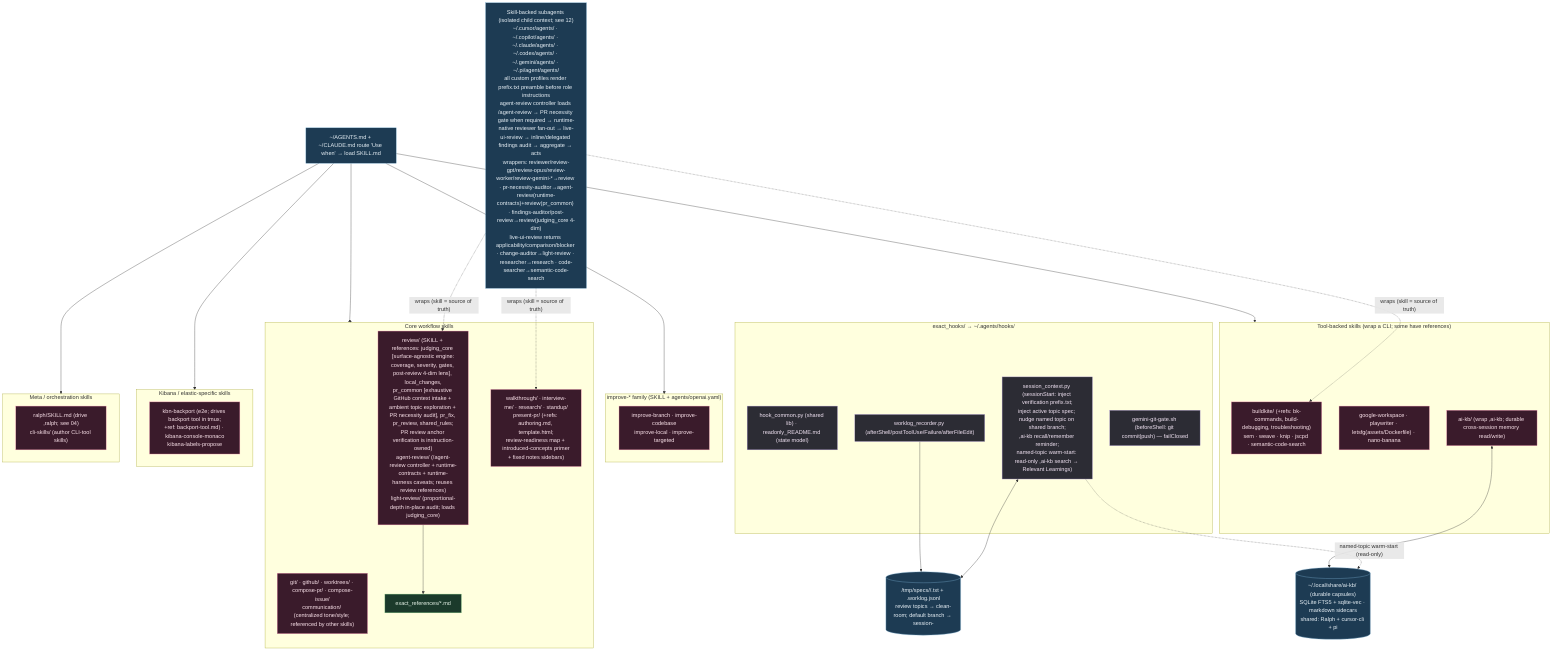
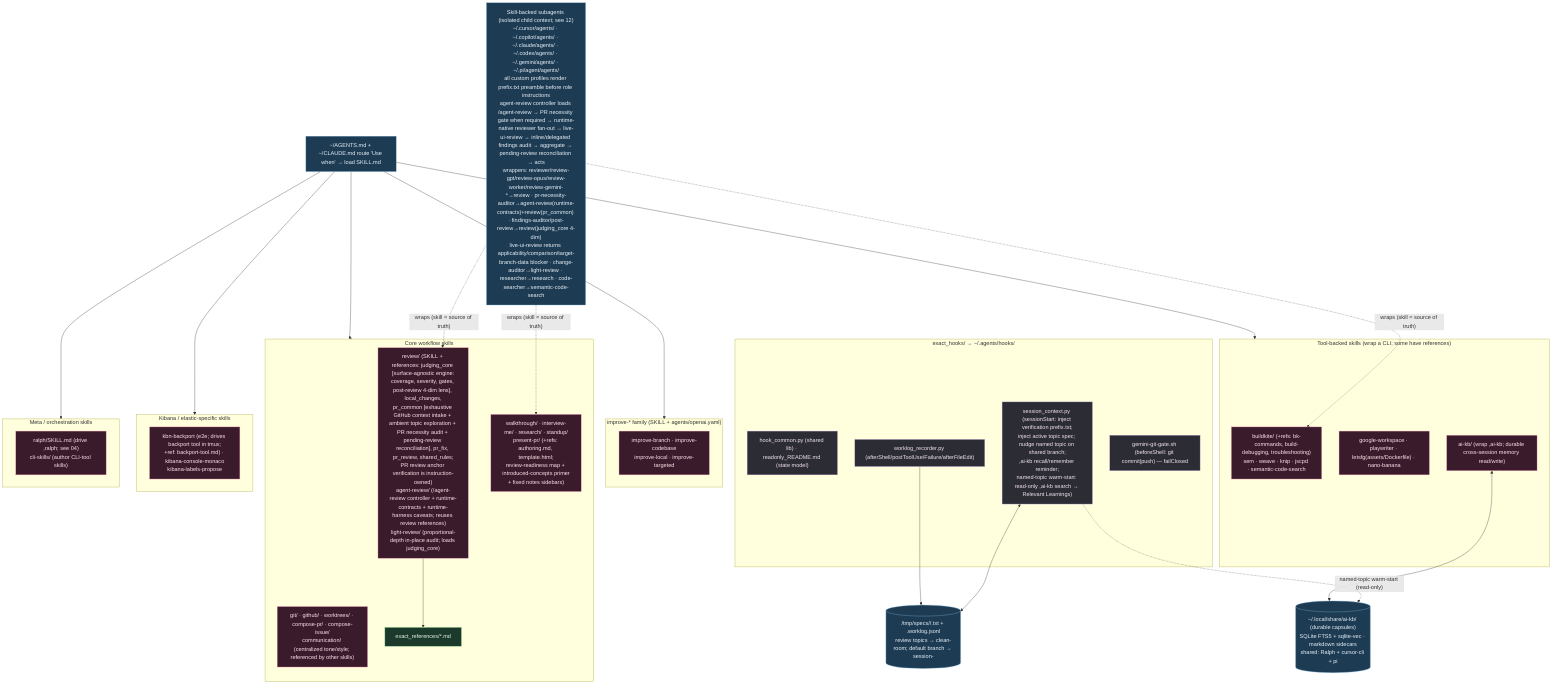
%% ============================================================================
%% 03b-agent-skills-hooks.mmd — Every file under home/exact_dot_agents/ (61).
%% Skills → ~/.agents/skills/ (intent-routed SKILL.md). Shared hooks → ~/.agents/hooks/.
%% ============================================================================
flowchart TB
    classDef skill fill:#3a1b2b,stroke:#f48fb1,color:#fce4ec;
    classDef hook fill:#2c2c34,stroke:#b39ddb,color:#f3e5f5;
    classDef ref fill:#1b3a2b,stroke:#81c784,color:#e8f5e9;
    classDef data fill:#1d3b53,stroke:#7fb3d5,color:#eaf2f8;

    subgraph HOOKS["exact_hooks/ → ~/.agents/hooks/"]
        HC["hook_common.py (shared lib) · readonly_README.md (state model)"]:::hook
        SCx["session_context.py (sessionStart: inject verification prefix.txt;<br/>inject active topic spec; nudge named topic on shared branch;<br/>,ai-kb recall/remember reminder;<br/>named-topic warm-start: read-only ,ai-kb search → Relevant Learnings)"]:::hook
        WLx["worklog_recorder.py (afterShell/postToolUse/Failure/afterFileEdit)"]:::hook
        GG["gemini-git-gate.sh (beforeShell: git commit|push) — failClosed"]:::hook
    end

    MEM[("/tmp/specs/<pwd>/<topic>.txt + .worklog.jsonl<br/>review topics → clean-room; default branch → session-<id>")]:::data
    SCx <--> MEM
    WLx --> MEM

    KBDB[("~/.local/share/ai-kb/ (durable capsules)<br/>SQLite FTS5 + sqlite-vec · markdown sidecars<br/>shared: Ralph + cursor-cli + pi")]:::data
    SCx -. "named-topic warm-start (read-only)" .-> KBDB

    subgraph CORE["Core workflow skills"]
-         S1["review/ (SKILL + references: judging_core [surface-agnostic engine:<br/>coverage, severity, gates, post-review 4-dim lens], local_changes,<br/>pr_common [exhaustive GitHub context intake + ambient topic exploration + PR necessity audit], pr_fix, pr_review, shared_rules;<br/>PR review anchor verification is instruction-owned)<br/>agent-review/ (/agent-review controller + runtime-contracts + runtime-harness caveats; reuses review references)<br/>light-review/ (proportional-depth in-place audit; loads judging_core)"]:::skill
+         S1["review/ (SKILL + references: judging_core [surface-agnostic engine:<br/>coverage, severity, gates, post-review 4-dim lens], local_changes,<br/>pr_common [exhaustive GitHub context intake + ambient topic exploration + PR necessity audit + pending-review reconciliation], pr_fix, pr_review, shared_rules;<br/>PR review anchor verification is instruction-owned)<br/>agent-review/ (/agent-review controller + runtime-contracts + runtime-harness caveats; reuses review references)<br/>light-review/ (proportional-depth in-place audit; loads judging_core)"]:::skill
        S2["git/ · github/ · worktrees/ · compose-pr/ · compose-issue/<br/>communication/ (centralized tone/style; referenced by other skills)"]:::skill
        S3["walkthrough/ · interview-me/ · research/ · standup/<br/>present-pr/ (+refs: authoring.md, template.html;<br/>review-readiness map + introduced-concepts primer<br/>+ fixed notes sidebars)"]:::skill
        S1 --> R1["exact_references/*.md"]:::ref
    end

    subgraph IMPROVE["improve-* family (SKILL + agents/openai.yaml)"]
        S4["improve-branch · improve-codebase<br/>improve-local · improve-targeted"]:::skill
    end

    subgraph TOOLS["Tool-backed skills (wrap a CLI; some have references)"]
        S5["buildkite/ (+refs: bk-commands, build-debugging, troubleshooting)<br/>sem · weave · knip · jscpd · semantic-code-search"]:::skill
        S6["google-workspace · playwriter · letsfg(assets/Dockerfile) · nano-banana"]:::skill
        S7["ai-kb/ (wrap ,ai-kb; durable cross-session memory read/write)"]:::skill
    end

    subgraph KBN["Kibana / elastic-specific skills"]
        S8["kbn-backport (e2e; drives backport tool in tmux;<br/>+ref: backport-tool.md) · kibana-console-monaco<br/>kibana-labels-propose"]:::skill
    end

    subgraph META["Meta / orchestration skills"]
        S9["ralph/SKILL.md (drive ,ralph; see 04)<br/>cli-skills/ (author CLI-tool skills)"]:::skill
    end

    SOPS["~/AGENTS.md + ~/CLAUDE.md route 'Use when' → load SKILL.md"]:::data
    SOPS --> CORE & IMPROVE & TOOLS & KBN & META
    S7 <--> KBDB

-     SUBA["Skill-backed subagents (isolated child context; see 12)<br/>~/.cursor/agents/ · ~/.copilot/agents/ · ~/.claude/agents/ · ~/.codex/agents/ · ~/.gemini/agents/ · ~/.pi/agent/agents/<br/>all custom profiles render prefix.txt preamble before role instructions<br/>agent-review controller loads /agent-review → PR necessity gate when required → runtime-native reviewer fan-out → live-ui-review → inline/delegated findings audit → aggregate → acts<br/>wrappers: reviewer/review-gpt/review-opus/review-worker/review-gemini-*→review · pr-necessity-auditor→agent-review(runtime-contracts)+review(pr_common) · findings-auditor/post-review→review(judging_core 4-dim)<br/>live-ui-review returns applicability/comparison/blocker · change-auditor→light-review · researcher→research · code-searcher→semantic-code-search"]:::data
+     SUBA["Skill-backed subagents (isolated child context; see 12)<br/>~/.cursor/agents/ · ~/.copilot/agents/ · ~/.claude/agents/ · ~/.codex/agents/ · ~/.gemini/agents/ · ~/.pi/agent/agents/<br/>all custom profiles render prefix.txt preamble before role instructions<br/>agent-review controller loads /agent-review → PR necessity gate when required → runtime-native reviewer fan-out → live-ui-review → inline/delegated findings audit → aggregate → pending-review reconciliation → acts<br/>wrappers: reviewer/review-gpt/review-opus/review-worker/review-gemini-*→review · pr-necessity-auditor→agent-review(runtime-contracts)+review(pr_common) · findings-auditor/post-review→review(judging_core 4-dim)<br/>live-ui-review returns applicability/comparison/target-branch-data blocker · change-auditor→light-review · researcher→research · code-searcher→semantic-code-search"]:::data
    SUBA -.->|"wraps (skill = source of truth)"| S1 & S3 & S5
